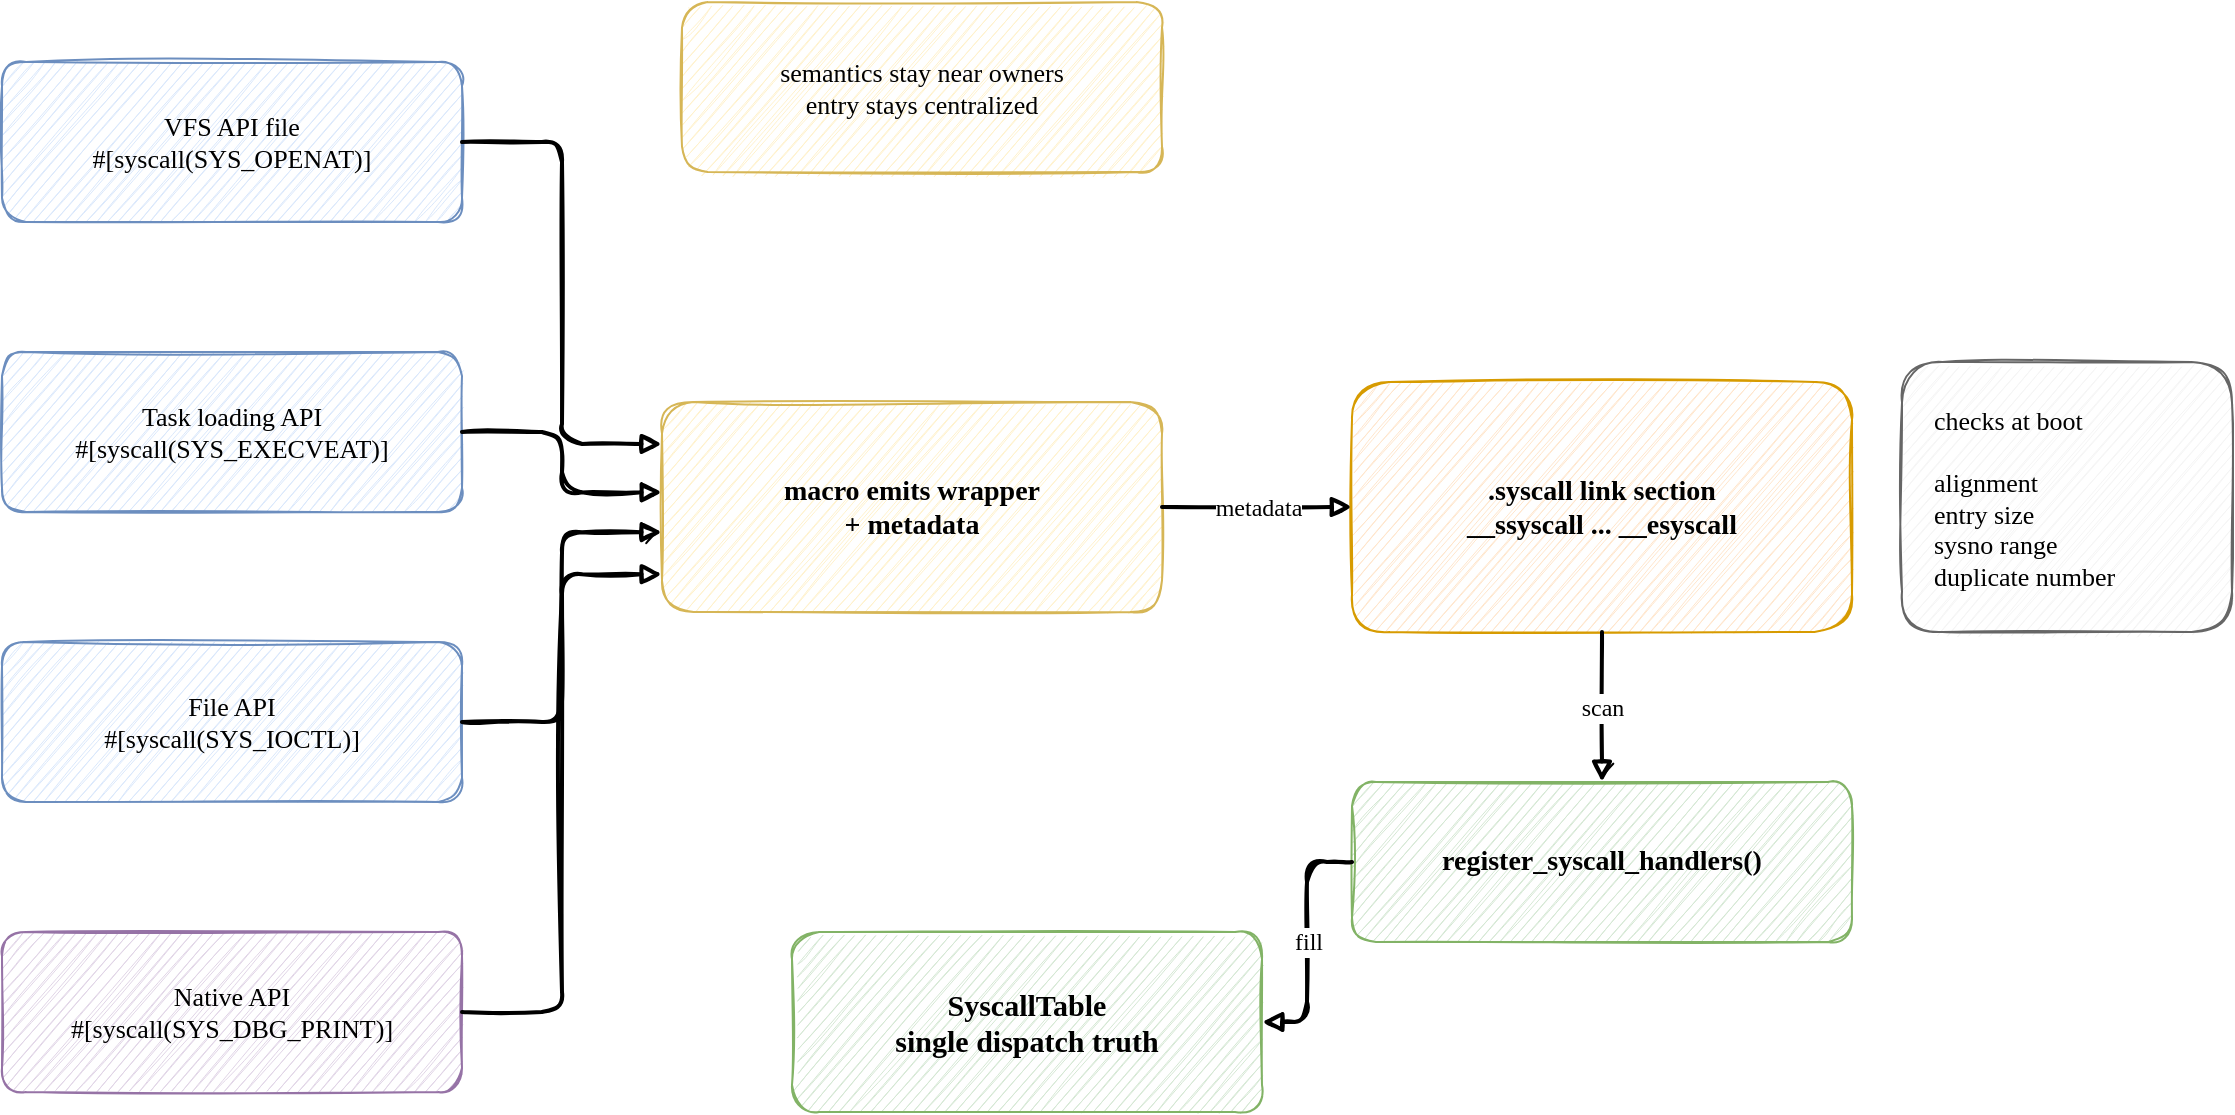
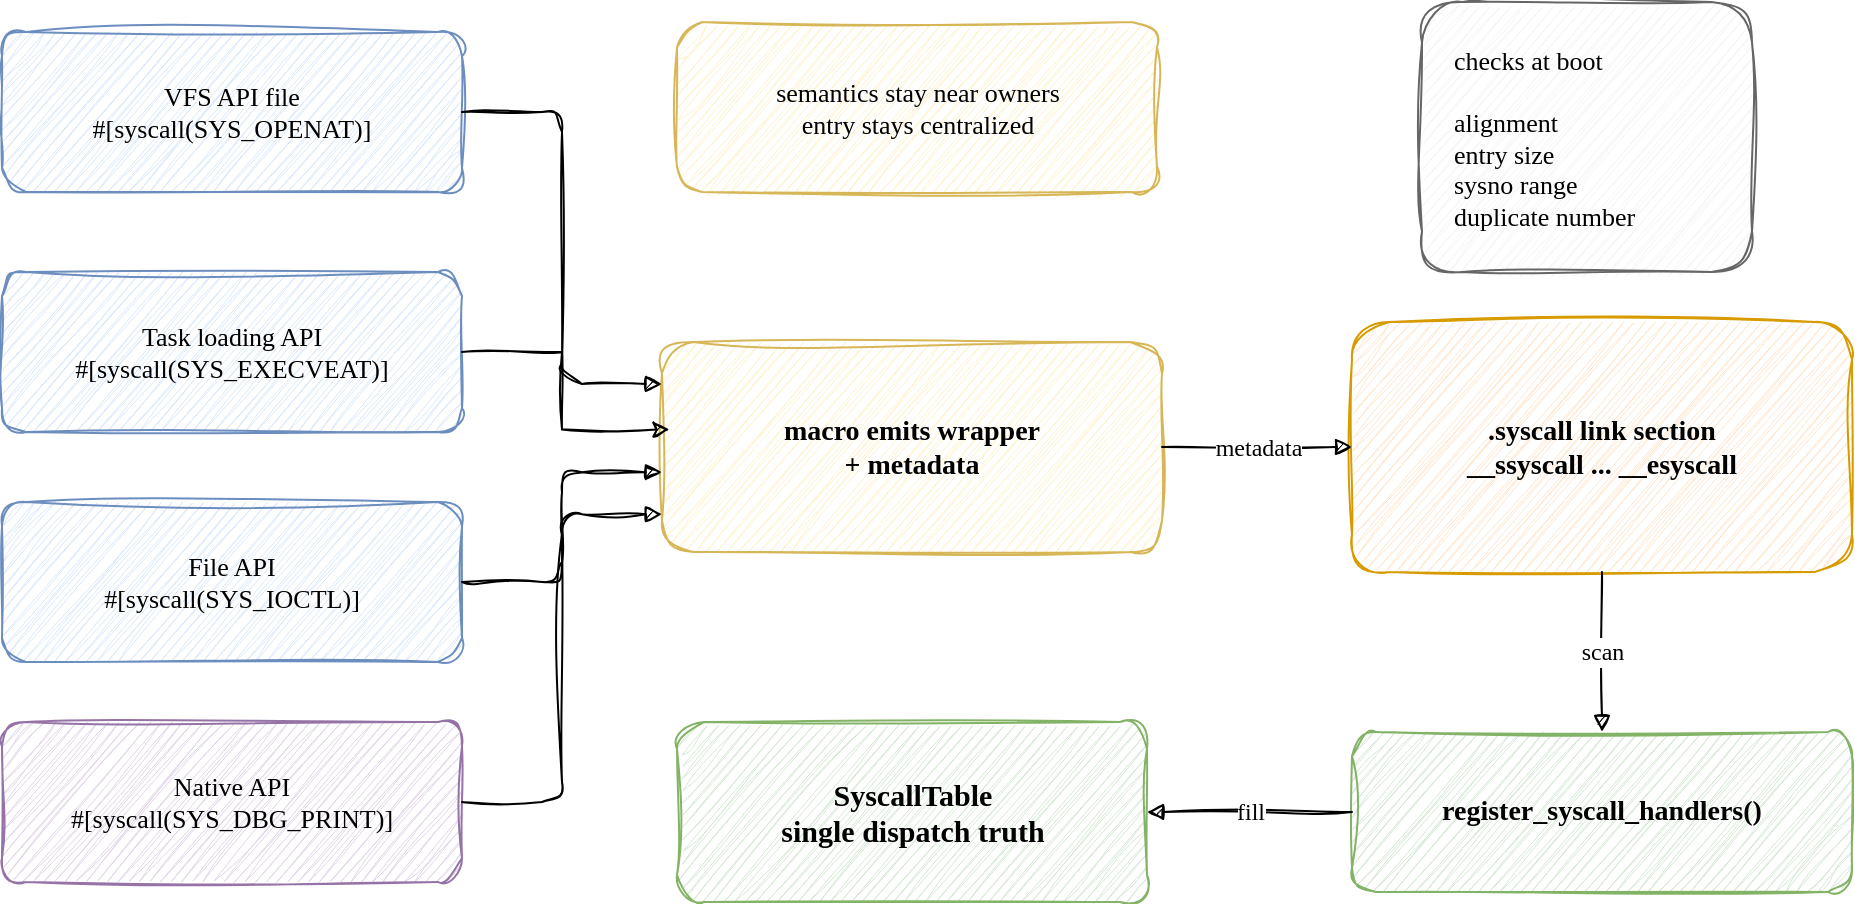
- <?xml version="1.0" encoding="UTF-8"?>
- <mxfile host="drawio" version="30.2.4">
-   <diagram name="syscall-registry">
-     <mxGraphModel dx="1280" dy="720" grid="1" gridSize="10" guides="1" tooltips="1" connect="1" arrows="1" fold="1" page="1" pageScale="1" pageWidth="1180" pageHeight="700" math="0" shadow="0">
+ <mxfile host="Electron">
+   <diagram name="syscall-registry" id="0">
+     <mxGraphModel dx="1001" dy="730" grid="1" gridSize="10" guides="1" tooltips="1" connect="1" arrows="1" fold="1" page="1" pageScale="1" pageWidth="1180" pageHeight="700" math="0" shadow="0">
      <root>
        <mxCell id="0" />
        <mxCell id="1" parent="0" />
-         <mxCell id="2" value="VFS API file&#xa;#[syscall(SYS_OPENAT)]" style="rounded=1;whiteSpace=wrap;html=1;sketch=1;hachureGap=4;fillColor=#dae8fc;strokeColor=#6c8ebf;fontFamily=Comic Sans MS;fontSize=13;" vertex="1" parent="1">
-           <mxGeometry x="50" y="85" width="230" height="80" as="geometry" />
+         <mxCell id="2" parent="1" style="rounded=1;whiteSpace=wrap;html=1;hachureGap=4;fillColor=#dae8fc;strokeColor=#6c8ebf;fontFamily=Comic Sans MS;fontSize=13;sketchStyle=rough;shadow=0;sketch=1;curveFitting=1;jiggle=2;strokeWidth=1;" value="VFS API file&#xa;#[syscall(SYS_OPENAT)]" vertex="1">
+           <mxGeometry height="80" width="230" x="50" y="85" as="geometry" />
        </mxCell>
-         <mxCell id="3" value="Task loading API&#xa;#[syscall(SYS_EXECVEAT)]" style="rounded=1;whiteSpace=wrap;html=1;sketch=1;hachureGap=4;fillColor=#dae8fc;strokeColor=#6c8ebf;fontFamily=Comic Sans MS;fontSize=13;" vertex="1" parent="1">
-           <mxGeometry x="50" y="230" width="230" height="80" as="geometry" />
+         <mxCell id="3" parent="1" style="rounded=1;whiteSpace=wrap;html=1;hachureGap=4;fillColor=#dae8fc;strokeColor=#6c8ebf;fontFamily=Comic Sans MS;fontSize=13;sketchStyle=rough;shadow=0;sketch=1;curveFitting=1;jiggle=2;strokeWidth=1;" value="Task loading API&#xa;#[syscall(SYS_EXECVEAT)]" vertex="1">
+           <mxGeometry height="80" width="230" x="50" y="205" as="geometry" />
        </mxCell>
-         <mxCell id="4" value="File API&#xa;#[syscall(SYS_IOCTL)]" style="rounded=1;whiteSpace=wrap;html=1;sketch=1;hachureGap=4;fillColor=#dae8fc;strokeColor=#6c8ebf;fontFamily=Comic Sans MS;fontSize=13;" vertex="1" parent="1">
-           <mxGeometry x="50" y="375" width="230" height="80" as="geometry" />
+         <mxCell id="4" parent="1" style="rounded=1;whiteSpace=wrap;html=1;hachureGap=4;fillColor=#dae8fc;strokeColor=#6c8ebf;fontFamily=Comic Sans MS;fontSize=13;sketchStyle=rough;shadow=0;sketch=1;curveFitting=1;jiggle=2;strokeWidth=1;" value="File API&#xa;#[syscall(SYS_IOCTL)]" vertex="1">
+           <mxGeometry height="80" width="230" x="50" y="320" as="geometry" />
        </mxCell>
-         <mxCell id="5" value="Native API&#xa;#[syscall(SYS_DBG_PRINT)]" style="rounded=1;whiteSpace=wrap;html=1;sketch=1;hachureGap=4;fillColor=#e1d5e7;strokeColor=#9673a6;fontFamily=Comic Sans MS;fontSize=13;" vertex="1" parent="1">
-           <mxGeometry x="50" y="520" width="230" height="80" as="geometry" />
+         <mxCell id="5" parent="1" style="rounded=1;whiteSpace=wrap;html=1;hachureGap=4;fillColor=#e1d5e7;strokeColor=#9673a6;fontFamily=Comic Sans MS;fontSize=13;sketchStyle=rough;shadow=0;sketch=1;curveFitting=1;jiggle=2;strokeWidth=1;" value="Native API&#xa;#[syscall(SYS_DBG_PRINT)]" vertex="1">
+           <mxGeometry height="80" width="230" x="50" y="430" as="geometry" />
        </mxCell>
-         <mxCell id="6" value="macro emits wrapper&#xa;+ metadata" style="rounded=1;whiteSpace=wrap;html=1;sketch=1;hachureGap=4;fillColor=#fff2cc;strokeColor=#d6b656;fontFamily=Comic Sans MS;fontSize=14;fontStyle=1;" vertex="1" parent="1">
-           <mxGeometry x="380" y="255" width="250" height="105" as="geometry" />
+         <mxCell id="6" parent="1" style="rounded=1;whiteSpace=wrap;html=1;hachureGap=4;fillColor=#fff2cc;strokeColor=#d6b656;fontFamily=Comic Sans MS;fontSize=14;fontStyle=1;sketchStyle=rough;shadow=0;sketch=1;curveFitting=1;jiggle=2;strokeWidth=1;" value="macro emits wrapper&#xa;+ metadata" vertex="1">
+           <mxGeometry height="105" width="250" x="380" y="240" as="geometry" />
        </mxCell>
-         <mxCell id="7" value=".syscall link section&#xa;__ssyscall ... __esyscall" style="rounded=1;whiteSpace=wrap;html=1;sketch=1;hachureGap=4;fillColor=#ffe6cc;strokeColor=#d79b00;fontFamily=Comic Sans MS;fontSize=14;fontStyle=1;" vertex="1" parent="1">
-           <mxGeometry x="725" y="245" width="250" height="125" as="geometry" />
+         <mxCell id="7" parent="1" style="rounded=1;whiteSpace=wrap;html=1;hachureGap=4;fillColor=#ffe6cc;strokeColor=#d79b00;fontFamily=Comic Sans MS;fontSize=14;fontStyle=1;sketchStyle=rough;shadow=0;sketch=1;curveFitting=1;jiggle=2;strokeWidth=1;" value=".syscall link section&#xa;__ssyscall ... __esyscall" vertex="1">
+           <mxGeometry height="125" width="250" x="725" y="230" as="geometry" />
        </mxCell>
-         <mxCell id="8" value="register_syscall_handlers()" style="rounded=1;whiteSpace=wrap;html=1;sketch=1;hachureGap=4;fillColor=#d5e8d4;strokeColor=#82b366;fontFamily=Comic Sans MS;fontSize=14;fontStyle=1;" vertex="1" parent="1">
-           <mxGeometry x="725" y="445" width="250" height="80" as="geometry" />
+         <mxCell id="8" parent="1" style="rounded=1;whiteSpace=wrap;html=1;hachureGap=4;fillColor=#d5e8d4;strokeColor=#82b366;fontFamily=Comic Sans MS;fontSize=14;fontStyle=1;sketchStyle=rough;shadow=0;sketch=1;curveFitting=1;jiggle=2;strokeWidth=1;" value="register_syscall_handlers()" vertex="1">
+           <mxGeometry height="80" width="250" x="725" y="435" as="geometry" />
        </mxCell>
-         <mxCell id="9" value="checks at boot&#xa;&#xa;alignment&#xa;entry size&#xa;sysno range&#xa;duplicate number" style="rounded=1;whiteSpace=wrap;html=1;sketch=1;hachureGap=4;fillColor=#f5f5f5;strokeColor=#666666;fontFamily=Comic Sans MS;fontSize=13;align=left;spacingLeft=14;" vertex="1" parent="1">
-           <mxGeometry x="1000" y="235" width="165" height="135" as="geometry" />
+         <mxCell id="9" parent="1" style="rounded=1;whiteSpace=wrap;html=1;hachureGap=4;fillColor=#f5f5f5;strokeColor=#666666;fontFamily=Comic Sans MS;fontSize=13;align=left;spacingLeft=14;sketchStyle=rough;shadow=0;sketch=1;curveFitting=1;jiggle=2;strokeWidth=1;" value="checks at boot&#xa;&#xa;alignment&#xa;entry size&#xa;sysno range&#xa;duplicate number" vertex="1">
+           <mxGeometry height="135" width="165" x="760" y="70" as="geometry" />
        </mxCell>
-         <mxCell id="11" value="SyscallTable&#xa;single dispatch truth" style="rounded=1;whiteSpace=wrap;html=1;sketch=1;hachureGap=4;fillColor=#d5e8d4;strokeColor=#82b366;fontFamily=Comic Sans MS;fontSize=15;fontStyle=1;" vertex="1" parent="1">
-           <mxGeometry x="445" y="520" width="235" height="90" as="geometry" />
+         <mxCell id="11" parent="1" style="rounded=1;whiteSpace=wrap;html=1;hachureGap=4;fillColor=#d5e8d4;strokeColor=#82b366;fontFamily=Comic Sans MS;fontSize=15;fontStyle=1;sketchStyle=rough;shadow=0;sketch=1;curveFitting=1;jiggle=2;strokeWidth=1;" value="SyscallTable&#xa;single dispatch truth" vertex="1">
+           <mxGeometry height="90" width="235" x="387.5" y="430" as="geometry" />
        </mxCell>
-         <mxCell id="12" value="semantics stay near owners&#xa;entry stays centralized" style="rounded=1;whiteSpace=wrap;html=1;sketch=1;hachureGap=4;fillColor=#fff2cc;strokeColor=#d6b656;fontFamily=Comic Sans MS;fontSize=13;" vertex="1" parent="1">
-           <mxGeometry x="390" y="55" width="240" height="85" as="geometry" />
+         <mxCell id="12" parent="1" style="rounded=1;whiteSpace=wrap;html=1;hachureGap=4;fillColor=#fff2cc;strokeColor=#d6b656;fontFamily=Comic Sans MS;fontSize=13;sketchStyle=rough;shadow=0;sketch=1;curveFitting=1;jiggle=2;strokeWidth=1;" value="semantics stay near owners&#xa;entry stays centralized" vertex="1">
+           <mxGeometry height="85" width="240" x="387.5" y="80" as="geometry" />
        </mxCell>
-         <mxCell id="13" value="" style="edgeStyle=orthogonalEdgeStyle;rounded=1;orthogonalLoop=1;jettySize=auto;html=1;sketch=1;strokeWidth=2;endArrow=block;exitX=1;exitY=0.5;entryX=0;entryY=0.2;" edge="1" parent="1" source="2" target="6">
+         <mxCell id="13" edge="1" parent="1" source="2" style="edgeStyle=orthogonalEdgeStyle;rounded=1;orthogonalLoop=1;jettySize=auto;html=1;strokeWidth=1;endArrow=block;exitX=1;exitY=0.5;entryX=0;entryY=0.2;sketchStyle=rough;shadow=0;sketch=1;curveFitting=1;jiggle=2;" target="6" value="">
          <mxGeometry relative="1" as="geometry" />
        </mxCell>
-         <mxCell id="14" value="" style="edgeStyle=orthogonalEdgeStyle;rounded=1;orthogonalLoop=1;jettySize=auto;html=1;sketch=1;strokeWidth=2;endArrow=block;exitX=1;exitY=0.5;entryX=0;entryY=0.43;" edge="1" parent="1" source="3" target="6">
+         <mxCell id="15" edge="1" parent="1" source="4" style="edgeStyle=orthogonalEdgeStyle;rounded=1;orthogonalLoop=1;jettySize=auto;html=1;strokeWidth=1;endArrow=block;exitX=1;exitY=0.5;entryX=0;entryY=0.62;sketchStyle=rough;shadow=0;sketch=1;curveFitting=1;jiggle=2;" target="6" value="">
          <mxGeometry relative="1" as="geometry" />
        </mxCell>
-         <mxCell id="15" value="" style="edgeStyle=orthogonalEdgeStyle;rounded=1;orthogonalLoop=1;jettySize=auto;html=1;sketch=1;strokeWidth=2;endArrow=block;exitX=1;exitY=0.5;entryX=0;entryY=0.62;" edge="1" parent="1" source="4" target="6">
+         <mxCell id="16" edge="1" parent="1" source="5" style="edgeStyle=orthogonalEdgeStyle;rounded=1;orthogonalLoop=1;jettySize=auto;html=1;strokeWidth=1;endArrow=block;exitX=1;exitY=0.5;entryX=0;entryY=0.82;sketchStyle=rough;shadow=0;sketch=1;curveFitting=1;jiggle=2;" target="6" value="">
          <mxGeometry relative="1" as="geometry" />
        </mxCell>
-         <mxCell id="16" value="" style="edgeStyle=orthogonalEdgeStyle;rounded=1;orthogonalLoop=1;jettySize=auto;html=1;sketch=1;strokeWidth=2;endArrow=block;exitX=1;exitY=0.5;entryX=0;entryY=0.82;" edge="1" parent="1" source="5" target="6">
+         <mxCell id="17" edge="1" parent="1" source="6" style="edgeStyle=orthogonalEdgeStyle;rounded=1;orthogonalLoop=1;jettySize=auto;html=1;strokeWidth=1;endArrow=block;exitX=1;exitY=0.5;entryX=0;entryY=0.5;fontFamily=Comic Sans MS;fontSize=12;sketchStyle=rough;shadow=0;sketch=1;curveFitting=1;jiggle=2;" target="7" value="metadata">
+           <mxGeometry relative="1" x="0.0018" as="geometry">
+             <mxPoint as="offset" />
+           </mxGeometry>
+         </mxCell>
+         <mxCell id="18" edge="1" parent="1" source="7" style="edgeStyle=orthogonalEdgeStyle;rounded=1;orthogonalLoop=1;jettySize=auto;html=1;strokeWidth=1;endArrow=block;exitX=0.5;exitY=1;entryX=0.5;entryY=0;fontFamily=Comic Sans MS;fontSize=12;sketchStyle=rough;shadow=0;sketch=1;curveFitting=1;jiggle=2;" target="8" value="scan">
          <mxGeometry relative="1" as="geometry" />
        </mxCell>
-         <mxCell id="17" value="metadata" style="edgeStyle=orthogonalEdgeStyle;rounded=1;orthogonalLoop=1;jettySize=auto;html=1;sketch=1;strokeWidth=2;endArrow=block;exitX=1;exitY=0.5;entryX=0;entryY=0.5;fontFamily=Comic Sans MS;fontSize=12;" edge="1" parent="1" source="6" target="7">
+         <mxCell id="19" edge="1" parent="1" source="8" style="edgeStyle=orthogonalEdgeStyle;rounded=1;orthogonalLoop=1;jettySize=auto;html=1;strokeWidth=1;endArrow=block;exitX=0;exitY=0.5;entryX=1;entryY=0.5;fontFamily=Comic Sans MS;fontSize=12;sketchStyle=rough;shadow=0;sketch=1;curveFitting=1;jiggle=2;" target="11" value="fill">
          <mxGeometry relative="1" as="geometry" />
        </mxCell>
-         <mxCell id="18" value="scan" style="edgeStyle=orthogonalEdgeStyle;rounded=1;orthogonalLoop=1;jettySize=auto;html=1;sketch=1;strokeWidth=2;endArrow=block;exitX=0.5;exitY=1;entryX=0.5;entryY=0;fontFamily=Comic Sans MS;fontSize=12;" edge="1" parent="1" source="7" target="8">
-           <mxGeometry relative="1" as="geometry" />
-         </mxCell>
-         <mxCell id="19" value="fill" style="edgeStyle=orthogonalEdgeStyle;rounded=1;orthogonalLoop=1;jettySize=auto;html=1;sketch=1;strokeWidth=2;endArrow=block;exitX=0;exitY=0.5;entryX=1;entryY=0.5;fontFamily=Comic Sans MS;fontSize=12;" edge="1" parent="1" source="8" target="11">
+         <mxCell id="3oGxbSkJEwfBGLLdjohy-23" edge="1" parent="1" source="3" style="edgeStyle=orthogonalEdgeStyle;rounded=0;orthogonalLoop=1;jettySize=auto;html=1;exitX=1;exitY=0.5;exitDx=0;exitDy=0;entryX=0.015;entryY=0.417;entryDx=0;entryDy=0;entryPerimeter=0;sketchStyle=rough;shadow=0;sketch=1;curveFitting=1;jiggle=2;strokeWidth=1;" target="6">
          <mxGeometry relative="1" as="geometry" />
        </mxCell>
      </root>
    </mxGraphModel>
  </diagram>
</mxfile>
